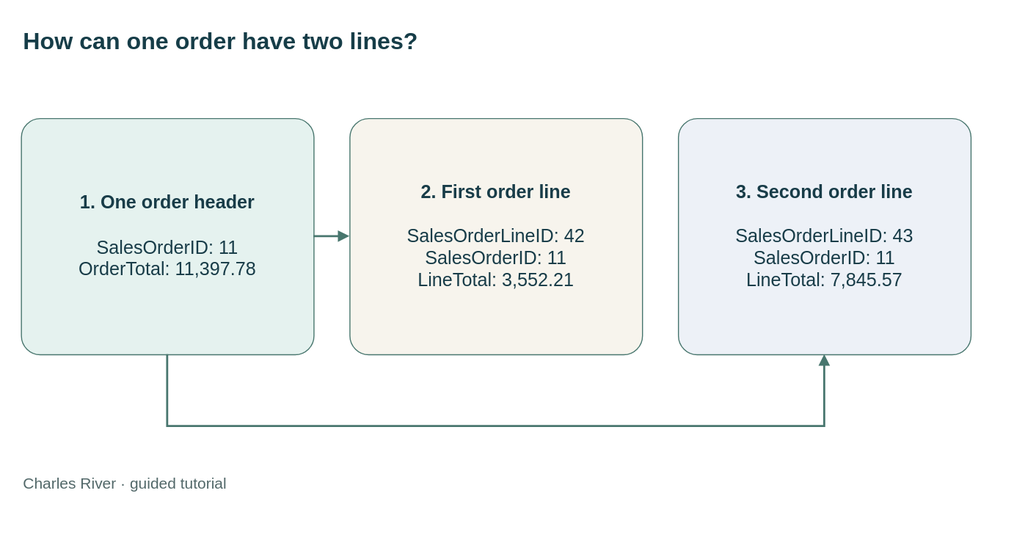
Earlier version of the draw.io export static/diagrams/tutorials/read-an-order.svg (mmcodesso/CharlesRiver_Database). Source tidied: cells renumbered, new cells last; positions are measured from the earlier drawing's top-left corner, leaving out a move shared by most shapes.
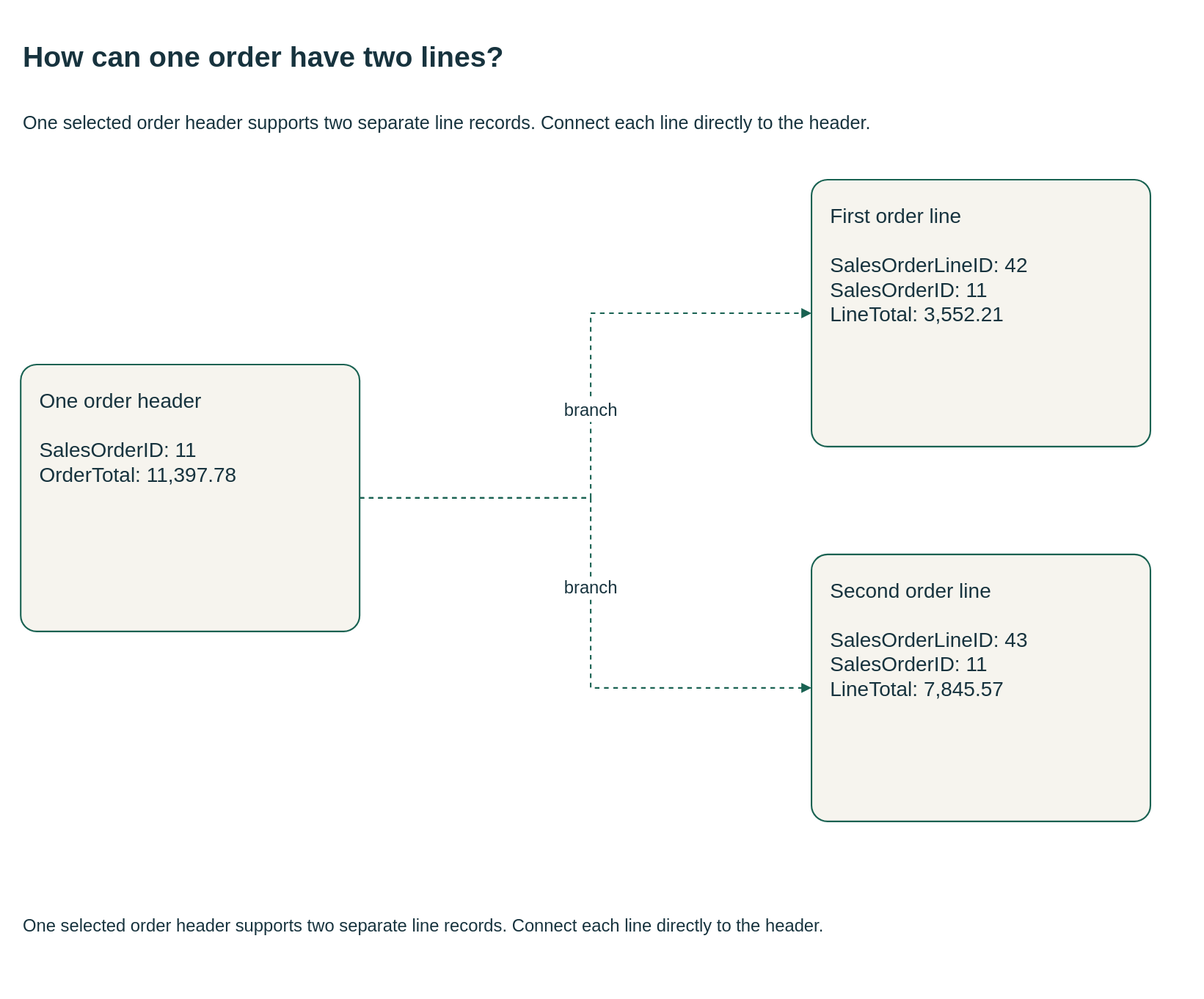
After the change.

What changed in the source:
```diff
@@ -1,32 +1,40 @@
-<mxGraphModel>
+<mxGraphModel background="#FFFFFF">
   <root>
     <mxCell id="0" />
     <mxCell id="1" parent="0" />
-    <mxCell id="2" value="How can one order have two lines?" style="text;html=0;whiteSpace=wrap;fontSize=23;fontStyle=1;fontColor=#163d48;align=left;" parent="1" vertex="1">
-      <mxGeometry width="920" height="60" as="geometry" />
+    <mxCell id="2" value="How can one order have two lines?" style="html=0;fontFamily=Arial;fontSize=20;fontColor=#17333e;strokeColor=#196252;strokeWidth=1.5;whiteSpace=wrap;text;strokeColor=none;fillColor=none;align=left;verticalAlign=middle;fontSize=28;fontStyle=1;" parent="1" vertex="1">
+      <mxGeometry width="1110" height="70" as="geometry" />
     </mxCell>
+    <mxCell id="9" value="One selected order header supports two separate line records. Connect each line directly to the header." style="html=0;fontFamily=Arial;fontSize=20;fontColor=#17333e;strokeColor=#196252;strokeWidth=1.5;whiteSpace=wrap;text;strokeColor=none;fillColor=none;align=left;verticalAlign=middle;fontSize=18;fontStyle=0;" parent="1" vertex="1">
+      <mxGeometry y="72" width="1110" height="55" as="geometry" />
+    </mxCell>
-    <mxCell id="3" value="&lt;b&gt;1. One order header&lt;/b&gt;&lt;br&gt;&lt;br&gt;SalesOrderID: 11&lt;br&gt;OrderTotal: 11,397.78" style="rounded=1;whiteSpace=wrap;html=1;fillColor=#e5f2ef;strokeColor=#48766e;fontColor=#183c48;fontSize=18;spacing=15;arcSize=8;" parent="1" vertex="1">
-      <mxGeometry y="95" width="285" height="230" as="geometry" />
+    <mxCell id="3" value="One order header&#10;&#10;SalesOrderID: 11&#10;OrderTotal: 11,397.78" style="html=0;fontFamily=Arial;fontSize=20;fontColor=#17333e;strokeColor=#196252;strokeWidth=1.5;whiteSpace=wrap;rounded=1;arcSize=6;fillColor=#f6f4ee;align=left;verticalAlign=top;spacing=18;" parent="1" vertex="1">
+      <mxGeometry y="335" width="330" height="260" as="geometry" />
     </mxCell>
-    <mxCell id="4" value="&lt;b&gt;2. First order line&lt;/b&gt;&lt;br&gt;&lt;br&gt;SalesOrderLineID: 42&lt;br&gt;SalesOrderID: 11&lt;br&gt;LineTotal: 3,552.21" style="rounded=1;whiteSpace=wrap;html=1;fillColor=#f7f4ed;strokeColor=#48766e;fontColor=#183c48;fontSize=18;spacing=15;arcSize=8;" parent="1" vertex="1">
-      <mxGeometry x="320" y="95" width="285" height="230" as="geometry" />
+    <mxCell id="4" value="First order line&#10;&#10;SalesOrderLineID: 42&#10;SalesOrderID: 11&#10;LineTotal: 3,552.21" style="html=0;fontFamily=Arial;fontSize=20;fontColor=#17333e;strokeColor=#196252;strokeWidth=1.5;whiteSpace=wrap;rounded=1;arcSize=6;fillColor=#f6f4ee;align=left;verticalAlign=top;spacing=18;" parent="1" vertex="1">
+      <mxGeometry x="770" y="155" width="330" height="260" as="geometry" />
     </mxCell>
-    <mxCell id="5" value="&lt;b&gt;3. Second order line&lt;/b&gt;&lt;br&gt;&lt;br&gt;SalesOrderLineID: 43&lt;br&gt;SalesOrderID: 11&lt;br&gt;LineTotal: 7,845.57" style="rounded=1;whiteSpace=wrap;html=1;fillColor=#edf1f7;strokeColor=#48766e;fontColor=#183c48;fontSize=18;spacing=15;arcSize=8;" parent="1" vertex="1">
-      <mxGeometry x="640" y="95" width="285" height="230" as="geometry" />
+    <mxCell id="5" value="Second order line&#10;&#10;SalesOrderLineID: 43&#10;SalesOrderID: 11&#10;LineTotal: 7,845.57" style="html=0;fontFamily=Arial;fontSize=20;fontColor=#17333e;strokeColor=#196252;strokeWidth=1.5;whiteSpace=wrap;rounded=1;arcSize=6;fillColor=#f6f4ee;align=left;verticalAlign=top;spacing=18;" parent="1" vertex="1">
+      <mxGeometry x="770" y="520" width="330" height="260" as="geometry" />
     </mxCell>
-    <mxCell id="6" style="edgeStyle=orthogonalEdgeStyle;rounded=0;html=0;strokeColor=#48766e;strokeWidth=2;endArrow=block;endFill=1;exitX=1;exitY=0.5;entryX=0;entryY=0.5;" parent="1" edge="1" source="3" target="4">
-      <mxGeometry relative="1" as="geometry" />
+    <mxCell id="6" value="branch" style="html=0;fontFamily=Arial;fontSize=20;fontColor=#17333e;strokeColor=#196252;strokeWidth=1.5;whiteSpace=wrap;edgeStyle=orthogonalEdgeStyle;rounded=0;fillColor=none;fontSize=17;labelBackgroundColor=#FFFFFF;startArrow=none;endArrow=block;endFill=1;dashed=1;exitX=1;exitY=0.5;entryX=0;entryY=0.5;" parent="1" edge="1" source="3" target="4">
+      <mxGeometry relative="1" as="geometry">
+        <Array as="points">
+          <mxPoint x="555" y="465" />
+          <mxPoint x="555" y="285" />
+        </Array>
+      </mxGeometry>
     </mxCell>
-    <mxCell id="7" style="edgeStyle=orthogonalEdgeStyle;rounded=0;html=0;strokeColor=#48766e;strokeWidth=2;endArrow=block;endFill=1;exitX=0.5;exitY=1;entryX=0.5;entryY=1;" parent="1" edge="1" source="3" target="5">
+    <mxCell id="7" value="branch" style="html=0;fontFamily=Arial;fontSize=20;fontColor=#17333e;strokeColor=#196252;strokeWidth=1.5;whiteSpace=wrap;edgeStyle=orthogonalEdgeStyle;rounded=0;fillColor=none;fontSize=17;labelBackgroundColor=#FFFFFF;startArrow=none;endArrow=block;endFill=1;dashed=1;exitX=1;exitY=0.5;entryX=0;entryY=0.5;" parent="1" edge="1" source="3" target="5">
       <mxGeometry relative="1" as="geometry">
         <Array as="points">
-          <mxPoint x="142.5" y="395" />
-          <mxPoint x="782.5" y="395" />
+          <mxPoint x="555" y="465" />
+          <mxPoint x="555" y="650" />
         </Array>
       </mxGeometry>
     </mxCell>
-    <mxCell id="8" value="Charles River · guided tutorial" style="text;html=0;fontColor=#526869;fontSize=15;align=left;" parent="1" vertex="1">
-      <mxGeometry y="435" width="920" height="30" as="geometry" />
+    <mxCell id="8" value="One selected order header supports two separate line records. Connect each line directly to the header." style="html=0;fontFamily=Arial;fontSize=20;fontColor=#17333e;strokeColor=#196252;strokeWidth=1.5;whiteSpace=wrap;text;strokeColor=none;fillColor=none;align=left;verticalAlign=middle;fontSize=17;fontStyle=0;" parent="1" vertex="1">
+      <mxGeometry y="852" width="1110" height="60" as="geometry" />
     </mxCell>
   </root>
 </mxGraphModel>
```
